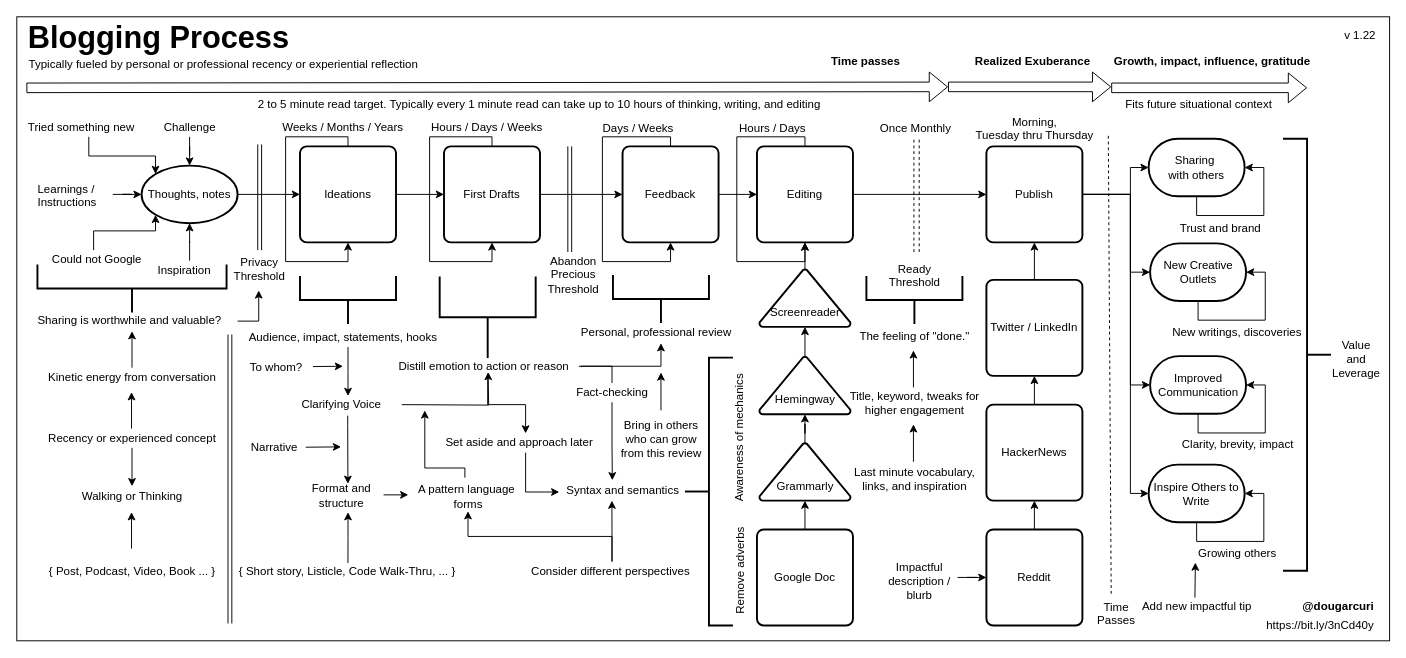
The draw.io diagram mentoring/diagrams/blogging-process.drawio in solidi/learning-notes, before the edit. Source tidied: cells renumbered, new cells numbered last; positions are measured from the earlier drawing's top-left corner, leaving out a move shared by most shapes. Both pictures are drawn from the tidied source at 96%, with x=0, y=0 at pixel (16, 16).
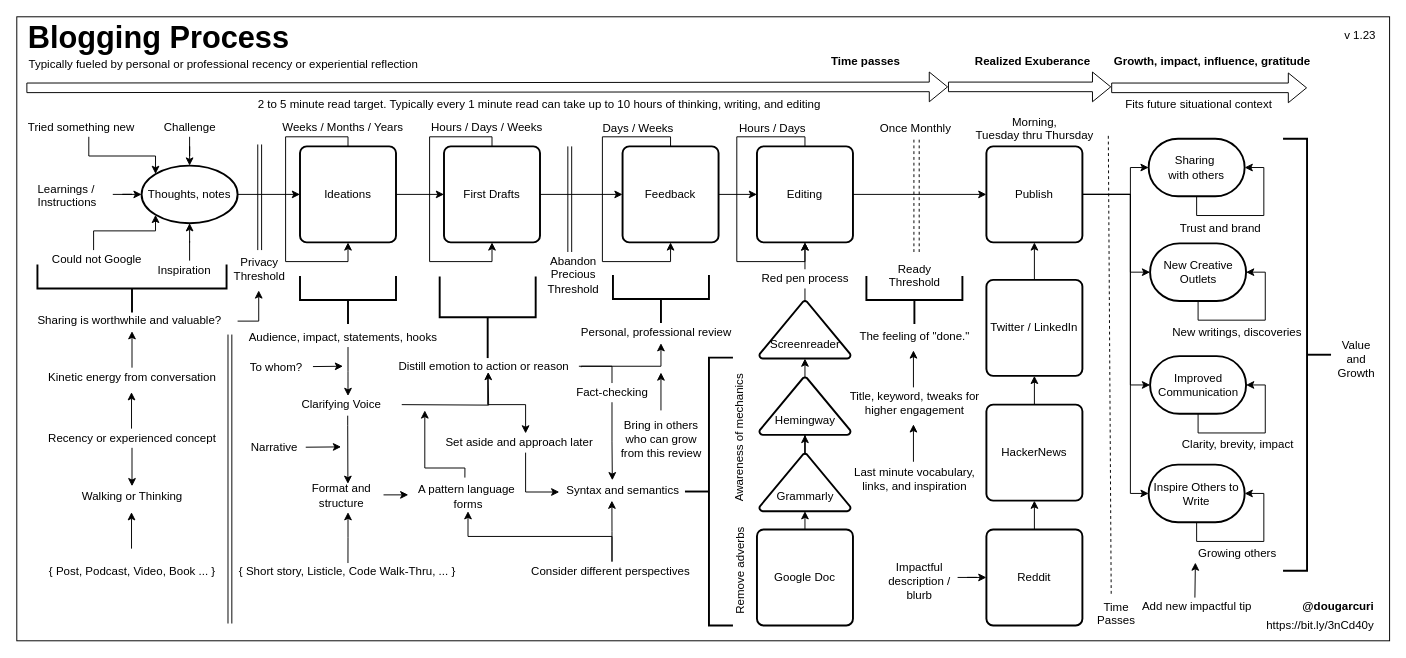
The same diagram, later.

Commit message (it also covers changes not shown here):
Update blogging diagram to 1.23, add growth, red pen process

The change refers to these unchanged cells:
```xml
<mxCell id="16" value="Editing" style="rounded=1;whiteSpace=wrap;html=1;absoluteArcSize=1;arcSize=14;strokeWidth=2;" parent="1" vertex="1">
  <mxGeometry x="771" y="135" width="100" height="100" as="geometry" />
</mxCell>
```

The edit, as a diff of the source:
```diff
@@
-    <mxCell id="28" style="edgeStyle=orthogonalEdgeStyle;rounded=0;jettySize=auto;html=1;exitX=0.5;exitY=0;exitDx=0;exitDy=0;entryX=0.5;entryY=1;entryDx=0;entryDy=0;exitPerimeter=0;" parent="1" edge="1" source="48" target="16">
+    <mxCell id="28" style="edgeStyle=orthogonalEdgeStyle;rounded=0;jettySize=auto;html=1;exitX=0.5;exitY=0;exitDx=0;exitDy=0;entryX=0.5;entryY=1;entryDx=0;entryDy=0;exitPerimeter=0;startArrow=none;" parent="1" edge="1" source="146" target="16">
       <mxGeometry relative="1" as="geometry" />
     </mxCell>
@@
     <mxCell id="45" value="&lt;br&gt;&lt;br&gt;Grammarly" style="strokeWidth=2;html=1;shape=mxgraph.flowchart.extract_or_measurement;whiteSpace=wrap;" parent="1" vertex="1">
-      <mxGeometry x="773.5" y="444" width="95" height="60" as="geometry" />
+      <mxGeometry x="773.5" y="455" width="95" height="60" as="geometry" />
     </mxCell>
@@
     <mxCell id="47" value="&lt;br&gt;&lt;br&gt;Hemingway" style="strokeWidth=2;html=1;shape=mxgraph.flowchart.extract_or_measurement;whiteSpace=wrap;" parent="1" vertex="1">
-      <mxGeometry x="773.5" y="354" width="95" height="60" as="geometry" />
+      <mxGeometry x="773.5" y="375.5" width="95" height="60" as="geometry" />
     </mxCell>
     <mxCell id="48" value="&lt;br&gt;&lt;br&gt;Screenreader" style="strokeWidth=2;html=1;shape=mxgraph.flowchart.extract_or_measurement;whiteSpace=wrap;" parent="1" vertex="1">
-      <mxGeometry x="773.5" y="263" width="95" height="60" as="geometry" />
+      <mxGeometry x="773.5" y="296" width="95" height="60" as="geometry" />
     </mxCell>
@@
-    <mxCell id="86" value="Value&lt;br&gt;and &lt;br&gt;Leverage" style="text;html=1;align=center;verticalAlign=top;spacingTop=-4;" parent="1" vertex="1">
-      <mxGeometry x="1360" y="332.5" width="70" height="40" as="geometry" />
+    <mxCell id="86" value="Value&lt;br&gt;and &lt;br&gt;Growth" style="text;html=1;align=center;verticalAlign=top;spacingTop=-4;" parent="1" vertex="1">
+      <mxGeometry x="1370" y="332.5" width="50" height="40" as="geometry" />
     </mxCell>
@@
-    <mxCell id="121" value="v 1.22" style="text;html=1;align=center;verticalAlign=middle;" parent="1" vertex="1">
+    <mxCell id="121" value="v 1.23" style="text;html=1;align=center;verticalAlign=middle;" parent="1" vertex="1">
       <mxGeometry x="1374" y="10" width="50" height="20" as="geometry" />
     </mxCell>
@@
+    <mxCell id="146" value="Red pen process" style="text;html=1;points=[];align=center;verticalAlign=top;spacingTop=-4;" parent="1" vertex="1">
+      <mxGeometry x="766" y="263" width="110" height="20" as="geometry" />
+    </mxCell>
+    <mxCell id="147" style="edgeStyle=orthogonalEdgeStyle;rounded=0;jettySize=auto;html=1;exitX=0.5;exitY=0;exitDx=0;exitDy=0;entryX=0.5;entryY=1;entryDx=0;entryDy=0;exitPerimeter=0;endArrow=none;" parent="1" edge="1" source="48" target="146">
+      <mxGeometry relative="1" as="geometry" />
+    </mxCell>
```
